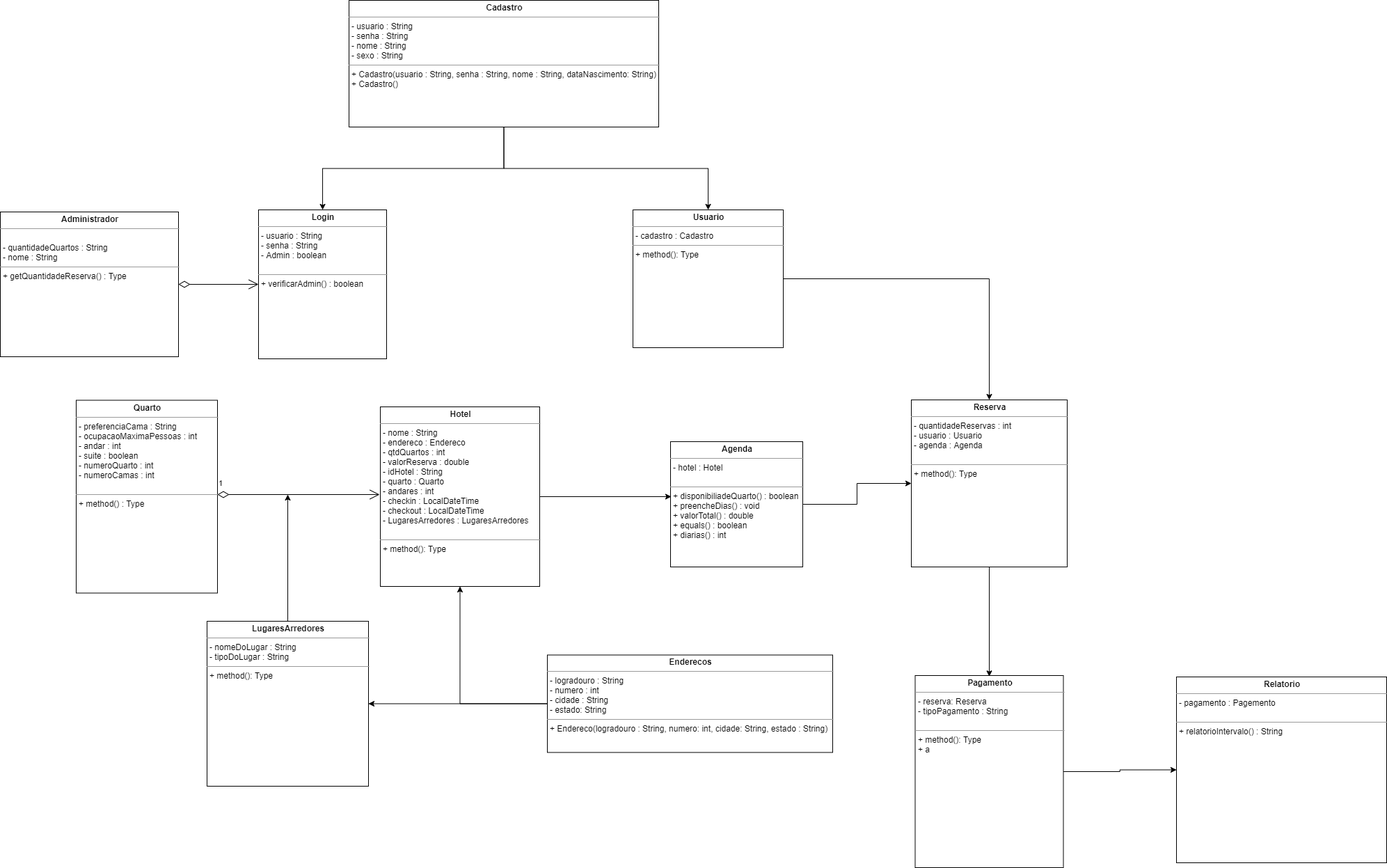
Before: Diagrama UML Graduandos em Totólogia.png, a diagram exported from draw.io (pedrocmr/Projeto_Host4U). Source tidied: cells renumbered, new cells last; positions are measured from the earlier drawing's top-left corner, leaving out a move shared by most shapes.
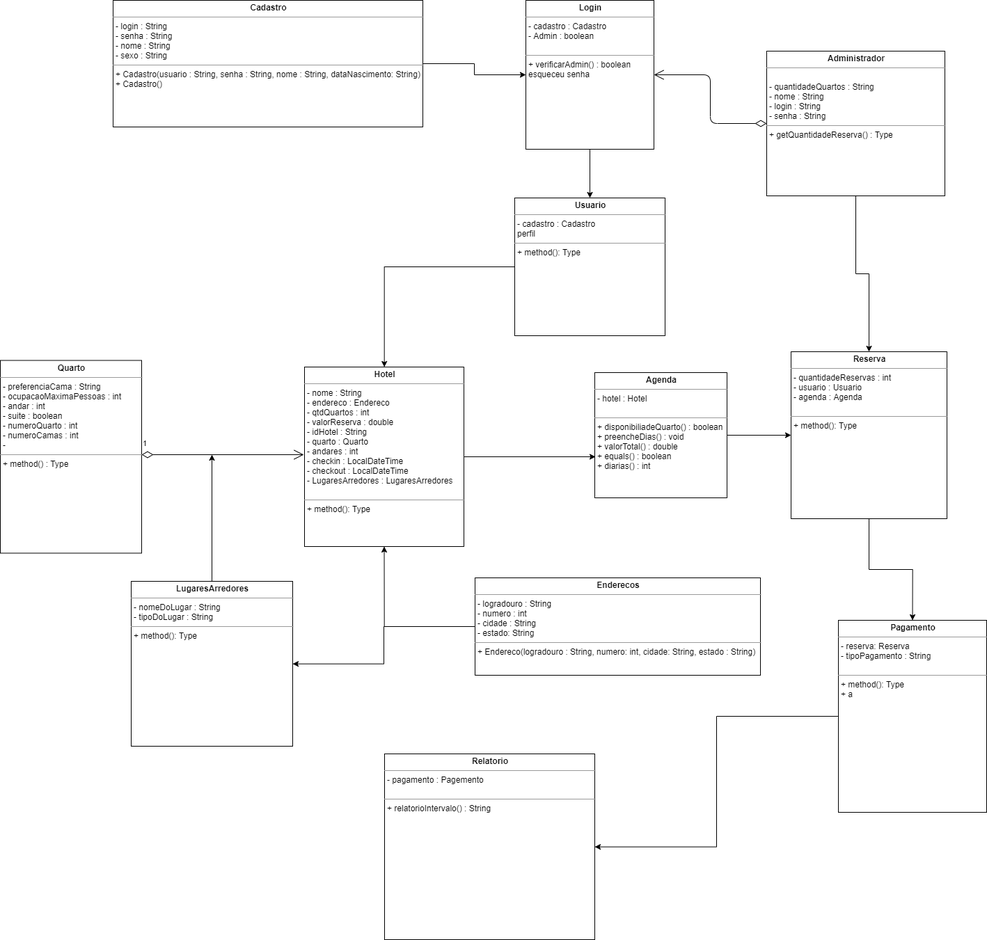
Above is the later version.

Change to the diagram source:
```diff
@@ -5,16 +5,24 @@
     <mxCell id="2" style="endArrow=open;html=1;endSize=12;startArrow=diamondThin;startSize=14;startFill=0;edgeStyle=orthogonalEdgeStyle;fontFamily=Helvetica;fontSize=11;fontColor=#000000;align=center;strokeColor=#000000;" parent="1" edge="1" source="3" target="10">
       <mxGeometry relative="1" as="geometry" />
     </mxCell>
+    <mxCell id="26" style="edgeStyle=orthogonalEdgeStyle;rounded=0;jettySize=auto;html=1;" parent="1" edge="1" source="3" target="20">
+      <mxGeometry relative="1" as="geometry">
+        <Array as="points">
+          <mxPoint x="1338" y="450" />
+          <mxPoint x="1357" y="450" />
+        </Array>
+      </mxGeometry>
+    </mxCell>
-    <mxCell id="3" value="&lt;p style=&quot;margin: 0px ; margin-top: 4px ; text-align: center&quot;&gt;&lt;b&gt;Administrador&lt;/b&gt;&lt;/p&gt;&lt;hr size=&quot;1&quot;&gt;&lt;p style=&quot;margin: 0px ; margin-left: 4px&quot;&gt;&lt;br&gt;&lt;/p&gt;&lt;p style=&quot;margin: 0px ; margin-left: 4px&quot;&gt;- quantidadeQuartos : String&lt;/p&gt;&lt;p style=&quot;margin: 0px ; margin-left: 4px&quot;&gt;- nome : String&lt;/p&gt;&lt;hr size=&quot;1&quot;&gt;&lt;p style=&quot;margin: 0px ; margin-left: 4px&quot;&gt;+ getQuantidadeReserva() : Type&lt;/p&gt;" style="verticalAlign=top;align=left;overflow=fill;fontSize=12;fontFamily=Helvetica;html=1;" parent="1" vertex="1">
-      <mxGeometry y="304" width="256" height="208" as="geometry" />
+    <mxCell id="3" value="&lt;p style=&quot;margin: 0px ; margin-top: 4px ; text-align: center&quot;&gt;&lt;b&gt;Administrador&lt;/b&gt;&lt;/p&gt;&lt;hr size=&quot;1&quot;&gt;&lt;p style=&quot;margin: 0px ; margin-left: 4px&quot;&gt;&lt;br&gt;&lt;/p&gt;&lt;p style=&quot;margin: 0px ; margin-left: 4px&quot;&gt;- quantidadeQuartos : String&lt;/p&gt;&lt;p style=&quot;margin: 0px ; margin-left: 4px&quot;&gt;- nome : String&lt;/p&gt;&lt;p style=&quot;margin: 0px ; margin-left: 4px&quot;&gt;- login : String&lt;/p&gt;&lt;p style=&quot;margin: 0px ; margin-left: 4px&quot;&gt;- senha : String&lt;/p&gt;&lt;hr size=&quot;1&quot;&gt;&lt;p style=&quot;margin: 0px ; margin-left: 4px&quot;&gt;+ getQuantidadeReserva() : Type&lt;/p&gt;" style="verticalAlign=top;align=left;overflow=fill;fontSize=12;fontFamily=Helvetica;html=1;" parent="1" vertex="1">
+      <mxGeometry x="1210" y="130" width="256" height="208" as="geometry" />
     </mxCell>
     <mxCell id="4" style="edgeStyle=orthogonalEdgeStyle;rounded=0;jettySize=auto;html=1;" parent="1" edge="1" source="5" target="20">
       <mxGeometry relative="1" as="geometry" />
     </mxCell>
     <mxCell id="5" value="&lt;p style=&quot;margin: 0px ; margin-top: 4px ; text-align: center&quot;&gt;&lt;b&gt;Agenda&lt;/b&gt;&lt;/p&gt;&lt;hr size=&quot;1&quot;&gt;&lt;p style=&quot;margin: 0px ; margin-left: 4px&quot;&gt;- hotel : Hotel&lt;/p&gt;&lt;p style=&quot;margin: 0px ; margin-left: 4px&quot;&gt;&lt;br&gt;&lt;/p&gt;&lt;hr size=&quot;1&quot;&gt;&lt;p style=&quot;margin: 0px ; margin-left: 4px&quot;&gt;+ disponibiliadeQuarto() : boolean&lt;/p&gt;&lt;p style=&quot;margin: 0px ; margin-left: 4px&quot;&gt;+ preencheDias() : void&lt;/p&gt;&lt;p style=&quot;margin: 0px ; margin-left: 4px&quot;&gt;+ valorTotal() : double&lt;/p&gt;&lt;p style=&quot;margin: 0px ; margin-left: 4px&quot;&gt;+ equals() : boolean&lt;/p&gt;&lt;p style=&quot;margin: 0px ; margin-left: 4px&quot;&gt;+ diarias() : int&lt;/p&gt;" style="verticalAlign=top;align=left;overflow=fill;fontSize=12;fontFamily=Helvetica;html=1;" parent="1" vertex="1">
-      <mxGeometry x="963" y="634" width="190" height="180" as="geometry" />
+      <mxGeometry x="963" y="592" width="190" height="180" as="geometry" />
     </mxCell>
-    <mxCell id="6" value="&lt;p style=&quot;margin: 0px ; margin-top: 4px ; text-align: center&quot;&gt;&lt;b&gt;Quarto&lt;/b&gt;&lt;/p&gt;&lt;hr size=&quot;1&quot;&gt;&lt;p style=&quot;margin: 0px ; margin-left: 4px&quot;&gt;- preferenciaCama : String&lt;/p&gt;&lt;p style=&quot;margin: 0px ; margin-left: 4px&quot;&gt;- ocupacaoMaximaPessoas : int&lt;/p&gt;&lt;p style=&quot;margin: 0px ; margin-left: 4px&quot;&gt;&lt;span&gt;- andar : int&lt;/span&gt;&lt;br&gt;&lt;/p&gt;&lt;p style=&quot;margin: 0px ; margin-left: 4px&quot;&gt;- suite : boolean&lt;/p&gt;&lt;p style=&quot;margin: 0px ; margin-left: 4px&quot;&gt;- numeroQuarto : int&lt;/p&gt;&lt;p style=&quot;margin: 0px ; margin-left: 4px&quot;&gt;- numeroCamas : int&lt;/p&gt;&lt;p style=&quot;margin: 0px ; margin-left: 4px&quot;&gt;&lt;br&gt;&lt;/p&gt;&lt;hr size=&quot;1&quot;&gt;&lt;p style=&quot;margin: 0px ; margin-left: 4px&quot;&gt;+ method() : Type&lt;/p&gt;" style="verticalAlign=top;align=left;overflow=fill;fontSize=12;fontFamily=Helvetica;html=1;" parent="1" vertex="1">
+    <mxCell id="6" value="&lt;p style=&quot;margin: 0px ; margin-top: 4px ; text-align: center&quot;&gt;&lt;b&gt;Quarto&lt;/b&gt;&lt;/p&gt;&lt;hr size=&quot;1&quot;&gt;&lt;p style=&quot;margin: 0px ; margin-left: 4px&quot;&gt;- preferenciaCama : String&lt;/p&gt;&lt;p style=&quot;margin: 0px ; margin-left: 4px&quot;&gt;- ocupacaoMaximaPessoas : int&lt;/p&gt;&lt;p style=&quot;margin: 0px ; margin-left: 4px&quot;&gt;&lt;span&gt;- andar : int&lt;/span&gt;&lt;br&gt;&lt;/p&gt;&lt;p style=&quot;margin: 0px ; margin-left: 4px&quot;&gt;- suite : boolean&lt;/p&gt;&lt;p style=&quot;margin: 0px ; margin-left: 4px&quot;&gt;- numeroQuarto : int&lt;/p&gt;&lt;p style=&quot;margin: 0px ; margin-left: 4px&quot;&gt;- numeroCamas : int&lt;/p&gt;&lt;p style=&quot;margin: 0px ; margin-left: 4px&quot;&gt;-&lt;/p&gt;&lt;hr size=&quot;1&quot;&gt;&lt;p style=&quot;margin: 0px ; margin-left: 4px&quot;&gt;+ method() : Type&lt;/p&gt;" style="verticalAlign=top;align=left;overflow=fill;fontSize=12;fontFamily=Helvetica;html=1;" parent="1" vertex="1">
       <mxGeometry x="109" y="574.5" width="203" height="277" as="geometry" />
     </mxCell>
     <mxCell id="7" style="edgeStyle=orthogonalEdgeStyle;rounded=0;jettySize=auto;html=1;entryX=0.5;entryY=1;entryDx=0;entryDy=0;" parent="1" edge="1" source="9" target="16">
@@ -24,22 +32,22 @@
       <mxGeometry relative="1" as="geometry" />
     </mxCell>
     <mxCell id="9" value="&lt;p style=&quot;margin: 0px ; margin-top: 4px ; text-align: center&quot;&gt;&lt;b&gt;Enderecos&lt;/b&gt;&lt;/p&gt;&lt;hr size=&quot;1&quot;&gt;&lt;p style=&quot;margin: 0px ; margin-left: 4px&quot;&gt;- logradouro : String&lt;/p&gt;&lt;p style=&quot;margin: 0px ; margin-left: 4px&quot;&gt;- numero : int&lt;/p&gt;&lt;p style=&quot;margin: 0px ; margin-left: 4px&quot;&gt;- cidade : String&lt;/p&gt;&lt;p style=&quot;margin: 0px ; margin-left: 4px&quot;&gt;- estado: String&lt;/p&gt;&lt;hr size=&quot;1&quot;&gt;&lt;p style=&quot;margin: 0px ; margin-left: 4px&quot;&gt;+ Endereco(logradouro : String, numero: int, cidade: String, estado : String)&lt;/p&gt;" style="verticalAlign=top;align=left;overflow=fill;fontSize=12;fontFamily=Helvetica;html=1;" parent="1" vertex="1">
-      <mxGeometry x="786" y="940.5" width="410" height="140" as="geometry" />
+      <mxGeometry x="791" y="887" width="410" height="140" as="geometry" />
     </mxCell>
+    <mxCell id="27" style="edgeStyle=orthogonalEdgeStyle;rounded=0;jettySize=auto;html=1;entryX=0.5;entryY=0;entryDx=0;entryDy=0;" parent="1" edge="1" source="10" target="18">
+      <mxGeometry relative="1" as="geometry" />
+    </mxCell>
-    <mxCell id="10" value="&lt;p style=&quot;margin: 0px ; margin-top: 4px ; text-align: center&quot;&gt;&lt;b&gt;Login&lt;/b&gt;&lt;/p&gt;&lt;hr size=&quot;1&quot;&gt;&lt;p style=&quot;margin: 0px ; margin-left: 4px&quot;&gt;- usuario : String&lt;/p&gt;&lt;p style=&quot;margin: 0px ; margin-left: 4px&quot;&gt;- senha : String&lt;/p&gt;&lt;p style=&quot;margin: 0px ; margin-left: 4px&quot;&gt;- Admin : boolean&lt;/p&gt;&lt;p style=&quot;margin: 0px ; margin-left: 4px&quot;&gt;&lt;br&gt;&lt;/p&gt;&lt;hr size=&quot;1&quot;&gt;&lt;p style=&quot;margin: 0px ; margin-left: 4px&quot;&gt;+ verificarAdmin() : boolean&lt;/p&gt;" style="verticalAlign=top;align=left;overflow=fill;fontSize=12;fontFamily=Helvetica;html=1;" parent="1" vertex="1">
-      <mxGeometry x="371" y="301" width="184" height="214" as="geometry" />
+    <mxCell id="10" value="&lt;p style=&quot;margin: 0px ; margin-top: 4px ; text-align: center&quot;&gt;&lt;b&gt;Login&lt;/b&gt;&lt;/p&gt;&lt;hr size=&quot;1&quot;&gt;&lt;p style=&quot;margin: 0px ; margin-left: 4px&quot;&gt;- cadastro : Cadastro&lt;/p&gt;&lt;p style=&quot;margin: 0px ; margin-left: 4px&quot;&gt;- Admin : boolean&lt;/p&gt;&lt;p style=&quot;margin: 0px ; margin-left: 4px&quot;&gt;&lt;br&gt;&lt;/p&gt;&lt;hr size=&quot;1&quot;&gt;&lt;p style=&quot;margin: 0px ; margin-left: 4px&quot;&gt;+ verificarAdmin() : boolean&lt;/p&gt;&lt;p style=&quot;margin: 0px ; margin-left: 4px&quot;&gt;esqueceu senha&lt;/p&gt;" style="verticalAlign=top;align=left;overflow=fill;fontSize=12;fontFamily=Helvetica;html=1;" parent="1" vertex="1">
+      <mxGeometry x="864" y="57" width="184" height="214" as="geometry" />
     </mxCell>
     <mxCell id="11" style="edgeStyle=orthogonalEdgeStyle;rounded=0;jettySize=auto;html=1;" parent="1" edge="1" source="13" target="10">
       <mxGeometry relative="1" as="geometry" />
     </mxCell>
-    <mxCell id="12" style="edgeStyle=orthogonalEdgeStyle;rounded=0;jettySize=auto;html=1;" parent="1" edge="1" source="13" target="18">
-      <mxGeometry relative="1" as="geometry" />
-    </mxCell>
-    <mxCell id="13" value="&lt;p style=&quot;margin: 0px ; margin-top: 4px ; text-align: center&quot;&gt;&lt;b&gt;Cadastro&lt;/b&gt;&lt;/p&gt;&lt;hr size=&quot;1&quot;&gt;&lt;p style=&quot;margin: 0px ; margin-left: 4px&quot;&gt;- usuario : String&lt;/p&gt;&lt;p style=&quot;margin: 0px ; margin-left: 4px&quot;&gt;- senha : String&lt;/p&gt;&lt;p style=&quot;margin: 0px ; margin-left: 4px&quot;&gt;- nome : String&lt;/p&gt;&lt;p style=&quot;margin: 0px ; margin-left: 4px&quot;&gt;- sexo : String&amp;nbsp;&lt;/p&gt;&lt;hr size=&quot;1&quot;&gt;&lt;p style=&quot;margin: 0px ; margin-left: 4px&quot;&gt;+ Cadastro(usuario : String, senha : String, nome : String, dataNascimento: String)&lt;/p&gt;&lt;p style=&quot;margin: 0px ; margin-left: 4px&quot;&gt;+ Cadastro()&lt;/p&gt;&lt;p style=&quot;margin: 0px ; margin-left: 4px&quot;&gt;&lt;br&gt;&lt;/p&gt;" style="verticalAlign=top;align=left;overflow=fill;fontSize=12;fontFamily=Helvetica;html=1;" parent="1" vertex="1">
-      <mxGeometry x="501" width="445" height="182" as="geometry" />
+    <mxCell id="13" value="&lt;p style=&quot;margin: 0px ; margin-top: 4px ; text-align: center&quot;&gt;&lt;b&gt;Cadastro&lt;/b&gt;&lt;/p&gt;&lt;hr size=&quot;1&quot;&gt;&lt;p style=&quot;margin: 0px ; margin-left: 4px&quot;&gt;- login : String&lt;/p&gt;&lt;p style=&quot;margin: 0px ; margin-left: 4px&quot;&gt;- senha : String&lt;/p&gt;&lt;p style=&quot;margin: 0px ; margin-left: 4px&quot;&gt;- nome : String&lt;/p&gt;&lt;p style=&quot;margin: 0px ; margin-left: 4px&quot;&gt;- sexo : String&amp;nbsp;&lt;/p&gt;&lt;hr size=&quot;1&quot;&gt;&lt;p style=&quot;margin: 0px ; margin-left: 4px&quot;&gt;+ Cadastro(usuario : String, senha : String, nome : String, dataNascimento: String)&lt;/p&gt;&lt;p style=&quot;margin: 0px ; margin-left: 4px&quot;&gt;+ Cadastro()&lt;/p&gt;&lt;p style=&quot;margin: 0px ; margin-left: 4px&quot;&gt;&lt;br&gt;&lt;/p&gt;" style="verticalAlign=top;align=left;overflow=fill;fontSize=12;fontFamily=Helvetica;html=1;" parent="1" vertex="1">
+      <mxGeometry x="271" y="57" width="445" height="182" as="geometry" />
     </mxCell>
     <mxCell id="14" value="&lt;p style=&quot;margin: 0px ; margin-top: 4px ; text-align: center&quot;&gt;&lt;b&gt;Relatorio&lt;/b&gt;&lt;/p&gt;&lt;hr size=&quot;1&quot;&gt;&lt;p style=&quot;margin: 0px ; margin-left: 4px&quot;&gt;- pagamento : Pagemento&lt;/p&gt;&lt;p style=&quot;margin: 0px ; margin-left: 4px&quot;&gt;&lt;br&gt;&lt;/p&gt;&lt;hr size=&quot;1&quot;&gt;&lt;p style=&quot;margin: 0px ; margin-left: 4px&quot;&gt;+ relatorioIntervalo() : String&lt;/p&gt;" style="verticalAlign=top;align=left;overflow=fill;fontSize=12;fontFamily=Helvetica;html=1;" parent="1" vertex="1">
-      <mxGeometry x="1690" y="972" width="302" height="267" as="geometry" />
+      <mxGeometry x="661" y="1140" width="302" height="267" as="geometry" />
     </mxCell>
     <mxCell id="15" style="edgeStyle=orthogonalEdgeStyle;rounded=0;jettySize=auto;html=1;" parent="1" edge="1" source="16">
       <mxGeometry relative="1" as="geometry">
@@ -49,19 +57,17 @@
     <mxCell id="16" value="&lt;p style=&quot;margin: 0px ; margin-top: 4px ; text-align: center&quot;&gt;&lt;b&gt;Hotel&lt;/b&gt;&lt;/p&gt;&lt;hr size=&quot;1&quot;&gt;&lt;p style=&quot;margin: 0px ; margin-left: 4px&quot;&gt;- nome : String&lt;/p&gt;&lt;p style=&quot;margin: 0px ; margin-left: 4px&quot;&gt;- endereco : Endereco&lt;/p&gt;&lt;p style=&quot;margin: 0px ; margin-left: 4px&quot;&gt;- qtdQuartos : int&lt;/p&gt;&lt;p style=&quot;margin: 0px ; margin-left: 4px&quot;&gt;- valorReserva : double&lt;/p&gt;&lt;p style=&quot;margin: 0px ; margin-left: 4px&quot;&gt;- idHotel : String&lt;/p&gt;&lt;p style=&quot;margin: 0px ; margin-left: 4px&quot;&gt;- quarto : Quarto&lt;/p&gt;&lt;p style=&quot;margin: 0px ; margin-left: 4px&quot;&gt;- andares : int&lt;/p&gt;&lt;p style=&quot;margin: 0px ; margin-left: 4px&quot;&gt;- checkin : LocalDateTime&lt;/p&gt;&lt;p style=&quot;margin: 0px ; margin-left: 4px&quot;&gt;- checkout : LocalDateTime&lt;/p&gt;&lt;p style=&quot;margin: 0px ; margin-left: 4px&quot;&gt;- LugaresArredores : LugaresArredores&lt;/p&gt;&lt;p style=&quot;margin: 0px ; margin-left: 4px&quot;&gt;&lt;br&gt;&lt;/p&gt;&lt;hr size=&quot;1&quot;&gt;&lt;p style=&quot;margin: 0px ; margin-left: 4px&quot;&gt;+ method(): Type&lt;/p&gt;" style="verticalAlign=top;align=left;overflow=fill;fontSize=12;fontFamily=Helvetica;html=1;" parent="1" vertex="1">
       <mxGeometry x="546" y="584" width="229" height="258" as="geometry" />
     </mxCell>
-    <mxCell id="17" style="edgeStyle=orthogonalEdgeStyle;rounded=0;jettySize=auto;html=1;entryX=0.5;entryY=0;entryDx=0;entryDy=0;" parent="1" edge="1" source="18" target="20">
-      <mxGeometry relative="1" as="geometry" />
-    </mxCell>
+    <mxCell id="28" style="edgeStyle=orthogonalEdgeStyle;rounded=0;jettySize=auto;html=1;" parent="1" edge="1" source="18" target="16">
+      <mxGeometry relative="1" as="geometry" />
+    </mxCell>
-    <mxCell id="18" value="&lt;p style=&quot;margin: 0px ; margin-top: 4px ; text-align: center&quot;&gt;&lt;b&gt;Usuario&lt;/b&gt;&lt;/p&gt;&lt;hr size=&quot;1&quot;&gt;&lt;p style=&quot;margin: 0px ; margin-left: 4px&quot;&gt;&lt;span&gt;- cadastro : Cadastro&lt;/span&gt;&lt;br&gt;&lt;/p&gt;&lt;hr size=&quot;1&quot;&gt;&lt;p style=&quot;margin: 0px ; margin-left: 4px&quot;&gt;+ method(): Type&lt;/p&gt;" style="verticalAlign=top;align=left;overflow=fill;fontSize=12;fontFamily=Helvetica;html=1;" parent="1" vertex="1">
-      <mxGeometry x="909" y="301" width="216" height="198" as="geometry" />
+    <mxCell id="18" value="&lt;p style=&quot;margin: 0px ; margin-top: 4px ; text-align: center&quot;&gt;&lt;b&gt;Usuario&lt;/b&gt;&lt;/p&gt;&lt;hr size=&quot;1&quot;&gt;&lt;p style=&quot;margin: 0px ; margin-left: 4px&quot;&gt;&lt;span&gt;- cadastro : Cadastro&lt;/span&gt;&lt;br&gt;&lt;/p&gt;&lt;p style=&quot;margin: 0px ; margin-left: 4px&quot;&gt;&lt;span&gt;perfil&lt;/span&gt;&lt;/p&gt;&lt;hr size=&quot;1&quot;&gt;&lt;p style=&quot;margin: 0px ; margin-left: 4px&quot;&gt;+ method(): Type&lt;/p&gt;" style="verticalAlign=top;align=left;overflow=fill;fontSize=12;fontFamily=Helvetica;html=1;" parent="1" vertex="1">
+      <mxGeometry x="848" y="341" width="216" height="198" as="geometry" />
     </mxCell>
-    <mxCell id="19" style="edgeStyle=orthogonalEdgeStyle;rounded=0;jettySize=auto;html=1;" parent="1" edge="1" source="20">
-      <mxGeometry relative="1" as="geometry">
-        <mxPoint x="1421" y="971.3" as="targetPoint" />
-      </mxGeometry>
+    <mxCell id="19" style="edgeStyle=orthogonalEdgeStyle;rounded=0;jettySize=auto;html=1;entryX=0.5;entryY=0;entryDx=0;entryDy=0;" parent="1" edge="1" source="20" target="24">
+      <mxGeometry relative="1" as="geometry" />
     </mxCell>
     <mxCell id="20" value="&lt;p style=&quot;margin: 0px ; margin-top: 4px ; text-align: center&quot;&gt;&lt;b&gt;Reserva&lt;/b&gt;&lt;/p&gt;&lt;hr size=&quot;1&quot;&gt;&lt;p style=&quot;margin: 0px ; margin-left: 4px&quot;&gt;- quantidadeReservas : int&lt;/p&gt;&lt;p style=&quot;margin: 0px ; margin-left: 4px&quot;&gt;- usuario : Usuario&lt;/p&gt;&lt;p style=&quot;margin: 0px ; margin-left: 4px&quot;&gt;- agenda : Agenda&lt;/p&gt;&lt;p style=&quot;margin: 0px ; margin-left: 4px&quot;&gt;&lt;br&gt;&lt;/p&gt;&lt;hr size=&quot;1&quot;&gt;&lt;p style=&quot;margin: 0px ; margin-left: 4px&quot;&gt;+ method(): Type&lt;/p&gt;" style="verticalAlign=top;align=left;overflow=fill;fontSize=12;fontFamily=Helvetica;html=1;" parent="1" vertex="1">
-      <mxGeometry x="1309" y="574" width="224" height="240" as="geometry" />
+      <mxGeometry x="1245" y="562" width="224" height="240" as="geometry" />
     </mxCell>
     <mxCell id="21" style="edgeStyle=orthogonalEdgeStyle;rounded=0;jettySize=auto;html=1;" parent="1" edge="1" source="22">
       <mxGeometry relative="1" as="geometry">
@@ -71,11 +77,11 @@
     <mxCell id="22" value="&lt;p style=&quot;margin: 0px ; margin-top: 4px ; text-align: center&quot;&gt;&lt;b&gt;LugaresArredores&lt;/b&gt;&lt;/p&gt;&lt;hr size=&quot;1&quot;&gt;&lt;p style=&quot;margin: 0px ; margin-left: 4px&quot;&gt;- nomeDoLugar : String&lt;/p&gt;&lt;p style=&quot;margin: 0px ; margin-left: 4px&quot;&gt;- tipoDoLugar : String&lt;/p&gt;&lt;hr size=&quot;1&quot;&gt;&lt;p style=&quot;margin: 0px ; margin-left: 4px&quot;&gt;+ method(): Type&lt;/p&gt;" style="verticalAlign=top;align=left;overflow=fill;fontSize=12;fontFamily=Helvetica;html=1;" parent="1" vertex="1">
       <mxGeometry x="297" y="892" width="232" height="237" as="geometry" />
     </mxCell>
-    <mxCell id="23" style="edgeStyle=orthogonalEdgeStyle;rounded=0;jettySize=auto;html=1;entryX=0;entryY=0.5;entryDx=0;entryDy=0;" parent="1" edge="1" source="24" target="14">
+    <mxCell id="23" style="edgeStyle=orthogonalEdgeStyle;rounded=0;jettySize=auto;html=1;" parent="1" edge="1" source="24" target="14">
       <mxGeometry relative="1" as="geometry" />
     </mxCell>
     <mxCell id="24" value="&lt;p style=&quot;margin: 0px ; margin-top: 4px ; text-align: center&quot;&gt;&lt;b&gt;Pagamento&lt;/b&gt;&lt;/p&gt;&lt;hr size=&quot;1&quot;&gt;&lt;p style=&quot;margin: 0px ; margin-left: 4px&quot;&gt;- reserva: Reserva&lt;/p&gt;&lt;p style=&quot;margin: 0px ; margin-left: 4px&quot;&gt;- tipoPagamento : String&lt;/p&gt;&lt;p style=&quot;margin: 0px ; margin-left: 4px&quot;&gt;&lt;br&gt;&lt;/p&gt;&lt;hr size=&quot;1&quot;&gt;&lt;p style=&quot;margin: 0px ; margin-left: 4px&quot;&gt;+ method(): Type&lt;/p&gt;&lt;p style=&quot;margin: 0px ; margin-left: 4px&quot;&gt;+ a&lt;/p&gt;" style="verticalAlign=top;align=left;overflow=fill;fontSize=12;fontFamily=Helvetica;html=1;" parent="1" vertex="1">
-      <mxGeometry x="1314.5" y="970" width="213" height="276" as="geometry" />
+      <mxGeometry x="1313" y="948" width="213" height="276" as="geometry" />
     </mxCell>
     <mxCell id="25" value="1" style="endArrow=open;html=1;endSize=12;startArrow=diamondThin;startSize=14;startFill=0;edgeStyle=orthogonalEdgeStyle;align=left;verticalAlign=bottom;" parent="1" edge="1">
       <mxGeometry x="-1" y="7" relative="1" as="geometry">
```
